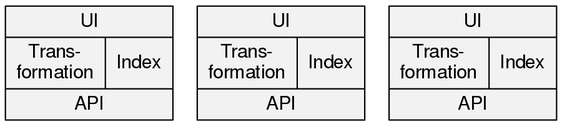
The Graphviz diagram doc/images/scs.png in hbz/lobid, before a commit. Its source is kept beside it as doc/images/scs.dot. Its diagram source:
```dot
digraph scs {
	compound=true
	node[shape=box style=filled fillcolor=gray95 fontname=helvetica]
	graph [fontname=helvetica]
	edge[fontname=helvetica]
	edge[arrowhead=empty arrowtail=empty]
	rankdir=TD
	splines=false
	scs1[shape=record label="{UI|{Trans-\nformation|Index}|API}"]
	scs2[shape=record label="{UI|{Trans-\nformation|Index}|API}"]
	scs3[shape=record label="{UI|{Trans-\nformation|Index}|API}"]
}
```
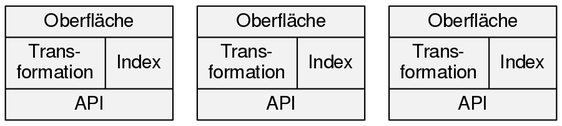
Above is the later version.

Diff of the diagram source:
```diff
@@ -6,7 +6,7 @@
 	edge[arrowhead=empty arrowtail=empty]
 	rankdir=TD
 	splines=false
-	scs1[shape=record label="{UI|{Trans-\nformation|Index}|API}"]
-	scs2[shape=record label="{UI|{Trans-\nformation|Index}|API}"]
-	scs3[shape=record label="{UI|{Trans-\nformation|Index}|API}"]
+	scs1[shape=record label="{Oberfläche|{Trans-\nformation|Index}|API}"]
+	scs2[shape=record label="{Oberfläche|{Trans-\nformation|Index}|API}"]
+	scs3[shape=record label="{Oberfläche|{Trans-\nformation|Index}|API}"]
 }
```
